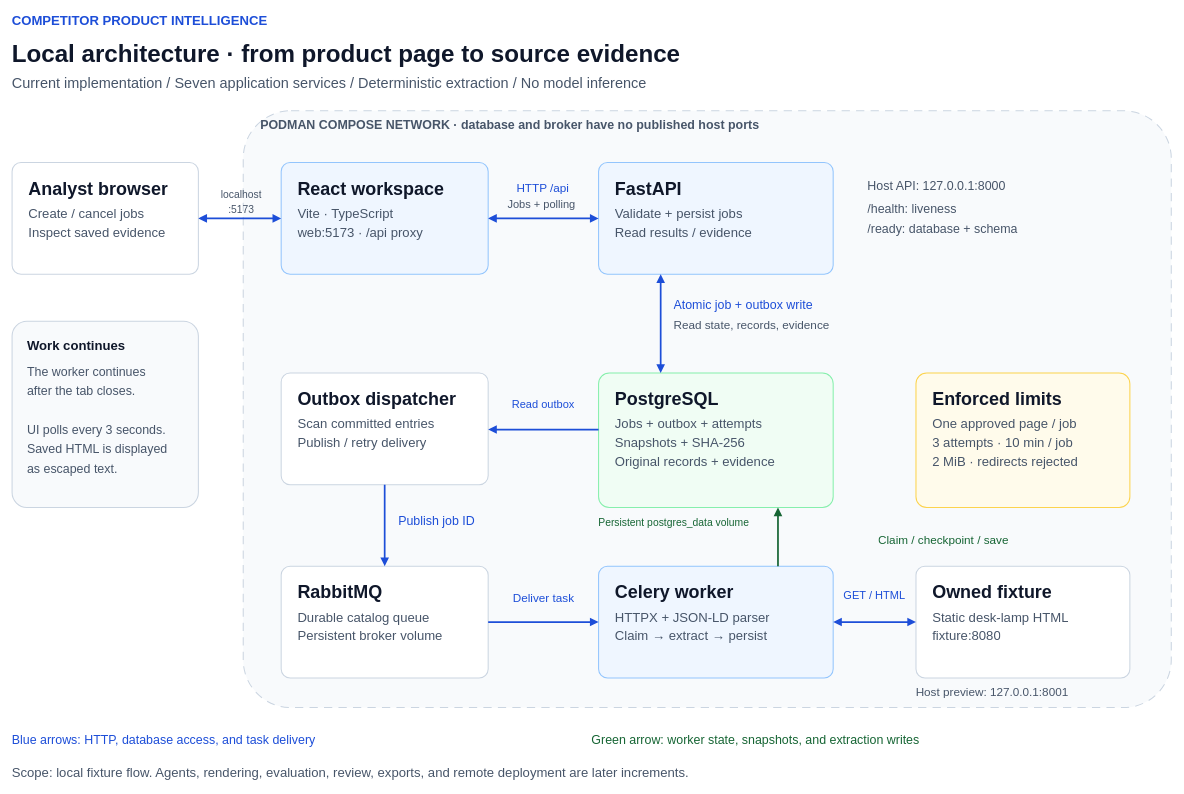
Earlier version of the draw.io diagram assets/architecture/local-architecture.drawio (neehanthreddym/multi-agent-web-scraper). Source tidied: cells renumbered, new cells numbered last; positions are measured from the earlier drawing's top-left corner, leaving out a move shared by most shapes. Both pictures are drawn from the tidied source at 69%, with x=0, y=0 at pixel (12, 12).
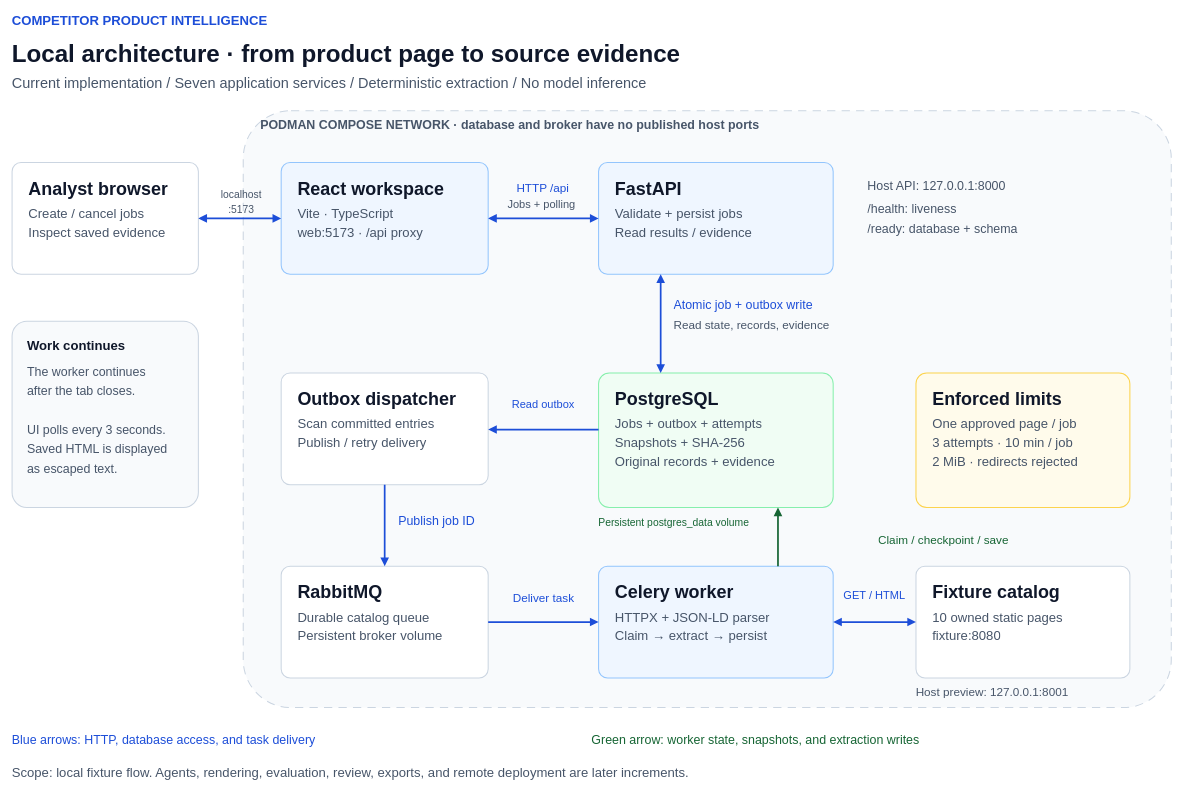
The same diagram, later.

Diff of the diagram source:
```diff
@@
-    <mxCell id="50" value="Owned fixture" style="text;html=0;strokeColor=none;fillColor=none;align=left;verticalAlign=middle;whiteSpace=wrap;overflow=hidden;fontFamily=Helvetica;fontSize=26;fontColor=#0F172A;fontStyle=1;spacing=0;" parent="1" vertex="1">
+    <mxCell id="50" value="Fixture catalog" style="text;html=0;strokeColor=none;fillColor=none;align=left;verticalAlign=middle;whiteSpace=wrap;overflow=hidden;fontFamily=Helvetica;fontSize=26;fontColor=#0F172A;fontStyle=1;spacing=0;" parent="1" vertex="1">
       <mxGeometry x="1334" y="823" width="262" height="35.1" as="geometry" />
     </mxCell>
-    <mxCell id="51" value="Static desk-lamp HTML" style="text;html=0;strokeColor=none;fillColor=none;align=left;verticalAlign=middle;whiteSpace=wrap;overflow=hidden;fontFamily=Helvetica;fontSize=19;fontColor=#475569;fontStyle=0;spacing=0;" parent="1" vertex="1">
+    <mxCell id="51" value="10 owned static pages" style="text;html=0;strokeColor=none;fillColor=none;align=left;verticalAlign=middle;whiteSpace=wrap;overflow=hidden;fontFamily=Helvetica;fontSize=19;fontColor=#475569;fontStyle=0;spacing=0;" parent="1" vertex="1">
       <mxGeometry x="1334" y="865" width="262" height="25.7" as="geometry" />
     </mxCell>
```
